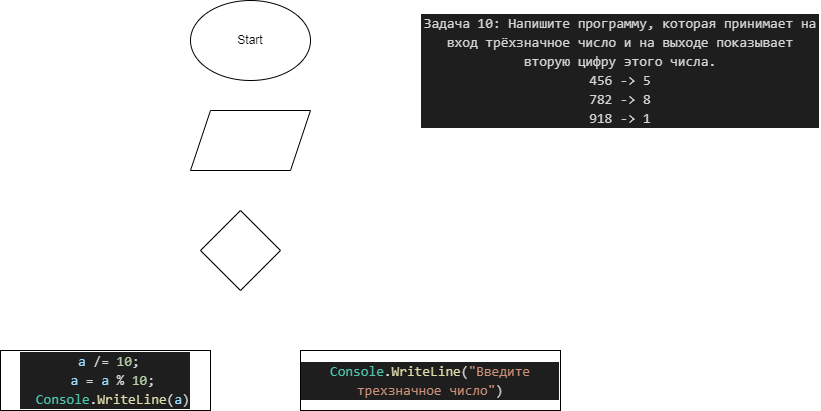
Evgeniya120/HomeWork keeps this draw.io diagram as Work/EXP005/diagram.drawio.png. Above is the earlier version. Source tidied: cells renumbered, new cells last; positions are measured from the earlier drawing's top-left corner, leaving out a move shared by most shapes. Its diagram source:
```xml
<mxGraphModel>
  <root>
    <mxCell id="0" />
    <mxCell id="1" parent="0" />
    <mxCell id="2" value="&lt;div style=&quot;color: rgb(212 , 212 , 212) ; background-color: rgb(30 , 30 , 30) ; font-family: &amp;#34;consolas&amp;#34; , &amp;#34;courier new&amp;#34; , monospace ; font-size: 14px ; line-height: 19px&quot;&gt;&lt;div&gt;Задача 10: Напишите программу, которая принимает на вход трёхзначное число и на выходе показывает вторую цифру этого числа.&lt;/div&gt;&lt;div&gt;456 -&amp;gt; 5&lt;/div&gt;&lt;div&gt;782 -&amp;gt; 8&lt;/div&gt;&lt;div&gt;918 -&amp;gt; 1&lt;/div&gt;&lt;/div&gt;" style="text;html=1;strokeColor=none;fillColor=none;align=center;verticalAlign=middle;whiteSpace=wrap;rounded=0;" parent="1" vertex="1">
      <mxGeometry x="420" y="30" width="400" height="80" as="geometry" />
    </mxCell>
    <mxCell id="3" value="Start" style="ellipse;whiteSpace=wrap;html=1;" parent="1" vertex="1">
      <mxGeometry x="190" width="120" height="80" as="geometry" />
    </mxCell>
    <mxCell id="4" style="shape=parallelogram;perimeter=parallelogramPerimeter;whiteSpace=wrap;html=1;fixedSize=1;" parent="1" vertex="1">
      <mxGeometry x="190" y="110" width="120" height="60" as="geometry" />
    </mxCell>
    <mxCell id="5" style="rhombus;whiteSpace=wrap;html=1;" parent="1" vertex="1">
      <mxGeometry x="200" y="210" width="80" height="80" as="geometry" />
    </mxCell>
    <mxCell id="6" value="&lt;div style=&quot;color: rgb(212, 212, 212); background-color: rgb(30, 30, 30); font-family: Consolas, &amp;quot;Courier New&amp;quot;, monospace; font-size: 14px; line-height: 19px;&quot;&gt;&lt;span style=&quot;color: #4ec9b0;&quot;&gt;Console&lt;/span&gt;.&lt;span style=&quot;color: #dcdcaa;&quot;&gt;WriteLine&lt;/span&gt;(&lt;span style=&quot;color: #ce9178;&quot;&gt;&quot;Введите трехзначное число&quot;&lt;/span&gt;)&lt;/div&gt;" style="rounded=0;whiteSpace=wrap;html=1;" parent="1" vertex="1">
      <mxGeometry x="300" y="350" width="260" height="60" as="geometry" />
    </mxCell>
    <mxCell id="7" value="&lt;div style=&quot;color: rgb(212, 212, 212); background-color: rgb(30, 30, 30); font-family: Consolas, &amp;quot;Courier New&amp;quot;, monospace; font-size: 14px; line-height: 19px;&quot;&gt;&lt;div&gt;&amp;nbsp;&lt;span style=&quot;color: #9cdcfe;&quot;&gt;a&lt;/span&gt; /= &lt;span style=&quot;color: #b5cea8;&quot;&gt;10&lt;/span&gt;;&lt;/div&gt;&lt;div&gt;&amp;nbsp; &lt;span style=&quot;color: #9cdcfe;&quot;&gt;a&lt;/span&gt; = &lt;span style=&quot;color: #9cdcfe;&quot;&gt;a&lt;/span&gt; % &lt;span style=&quot;color: #b5cea8;&quot;&gt;10&lt;/span&gt;;&lt;/div&gt;&lt;div&gt;&amp;nbsp; &lt;span style=&quot;color: #4ec9b0;&quot;&gt;Console&lt;/span&gt;.&lt;span style=&quot;color: #dcdcaa;&quot;&gt;WriteLine&lt;/span&gt;(&lt;span style=&quot;color: #9cdcfe;&quot;&gt;a&lt;/span&gt;)&lt;/div&gt;&lt;/div&gt;" style="rounded=0;whiteSpace=wrap;html=1;" parent="1" vertex="1">
      <mxGeometry y="350" width="210" height="60" as="geometry" />
    </mxCell>
  </root>
</mxGraphModel>
```
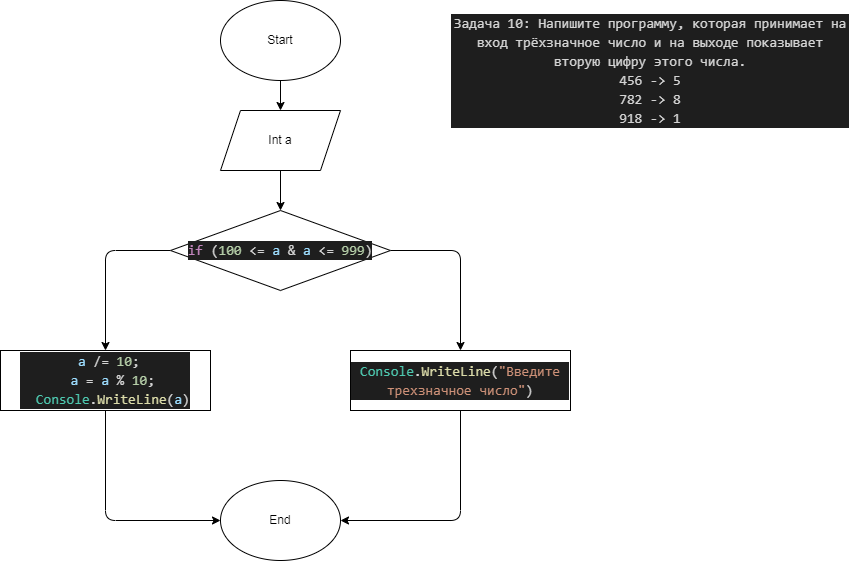
The same diagram one commit later.

Commit message:
Внесла изменения в readme, ДЗ2

The edit, as a diff of the source:
```diff
@@ -5,20 +5,57 @@
     <mxCell id="2" value="&lt;div style=&quot;color: rgb(212 , 212 , 212) ; background-color: rgb(30 , 30 , 30) ; font-family: &amp;#34;consolas&amp;#34; , &amp;#34;courier new&amp;#34; , monospace ; font-size: 14px ; line-height: 19px&quot;&gt;&lt;div&gt;Задача 10: Напишите программу, которая принимает на вход трёхзначное число и на выходе показывает вторую цифру этого числа.&lt;/div&gt;&lt;div&gt;456 -&amp;gt; 5&lt;/div&gt;&lt;div&gt;782 -&amp;gt; 8&lt;/div&gt;&lt;div&gt;918 -&amp;gt; 1&lt;/div&gt;&lt;/div&gt;" style="text;html=1;strokeColor=none;fillColor=none;align=center;verticalAlign=middle;whiteSpace=wrap;rounded=0;" parent="1" vertex="1">
       <mxGeometry x="420" y="30" width="400" height="80" as="geometry" />
     </mxCell>
+    <mxCell id="8" style="edgeStyle=none;html=1;entryX=0.5;entryY=0;entryDx=0;entryDy=0;" parent="1" edge="1" source="3" target="4">
+      <mxGeometry relative="1" as="geometry" />
+    </mxCell>
     <mxCell id="3" value="Start" style="ellipse;whiteSpace=wrap;html=1;" parent="1" vertex="1">
       <mxGeometry x="190" width="120" height="80" as="geometry" />
     </mxCell>
+    <mxCell id="9" style="edgeStyle=none;html=1;entryX=0.5;entryY=0;entryDx=0;entryDy=0;" parent="1" edge="1" source="4" target="5">
+      <mxGeometry relative="1" as="geometry" />
+    </mxCell>
-    <mxCell id="4" style="shape=parallelogram;perimeter=parallelogramPerimeter;whiteSpace=wrap;html=1;fixedSize=1;" parent="1" vertex="1">
+    <mxCell id="4" value="Int a" style="shape=parallelogram;perimeter=parallelogramPerimeter;whiteSpace=wrap;html=1;fixedSize=1;" parent="1" vertex="1">
       <mxGeometry x="190" y="110" width="120" height="60" as="geometry" />
     </mxCell>
+    <mxCell id="10" style="edgeStyle=none;html=1;entryX=0.5;entryY=0;entryDx=0;entryDy=0;exitX=1;exitY=0.5;exitDx=0;exitDy=0;" parent="1" edge="1" source="5" target="6">
+      <mxGeometry relative="1" as="geometry">
+        <Array as="points">
+          <mxPoint x="430" y="250" />
+        </Array>
+      </mxGeometry>
+    </mxCell>
+    <mxCell id="11" style="edgeStyle=none;html=1;entryX=0.5;entryY=0;entryDx=0;entryDy=0;exitX=0;exitY=0.5;exitDx=0;exitDy=0;" parent="1" edge="1" source="5" target="7">
+      <mxGeometry relative="1" as="geometry">
+        <Array as="points">
+          <mxPoint x="75" y="250" />
+        </Array>
+      </mxGeometry>
+    </mxCell>
-    <mxCell id="5" style="rhombus;whiteSpace=wrap;html=1;" parent="1" vertex="1">
-      <mxGeometry x="200" y="210" width="80" height="80" as="geometry" />
+    <mxCell id="5" value="&lt;div style=&quot;color: rgb(212, 212, 212); background-color: rgb(30, 30, 30); font-family: Consolas, &amp;quot;Courier New&amp;quot;, monospace; font-size: 14px; line-height: 19px;&quot;&gt;&lt;span style=&quot;color: #c586c0;&quot;&gt;if&lt;/span&gt; (&lt;span style=&quot;color: #b5cea8;&quot;&gt;100&lt;/span&gt; &amp;lt;= &lt;span style=&quot;color: #9cdcfe;&quot;&gt;a&lt;/span&gt; &amp;amp; &lt;span style=&quot;color: #9cdcfe;&quot;&gt;a&lt;/span&gt; &amp;lt;= &lt;span style=&quot;color: #b5cea8;&quot;&gt;999&lt;/span&gt;)&lt;/div&gt;" style="rhombus;whiteSpace=wrap;html=1;" parent="1" vertex="1">
+      <mxGeometry x="140" y="210" width="220" height="80" as="geometry" />
     </mxCell>
+    <mxCell id="12" style="edgeStyle=none;html=1;entryX=1;entryY=0.5;entryDx=0;entryDy=0;" parent="1" edge="1" source="6" target="14">
+      <mxGeometry relative="1" as="geometry">
+        <Array as="points">
+          <mxPoint x="430" y="520" />
+        </Array>
+      </mxGeometry>
+    </mxCell>
     <mxCell id="6" value="&lt;div style=&quot;color: rgb(212, 212, 212); background-color: rgb(30, 30, 30); font-family: Consolas, &amp;quot;Courier New&amp;quot;, monospace; font-size: 14px; line-height: 19px;&quot;&gt;&lt;span style=&quot;color: #4ec9b0;&quot;&gt;Console&lt;/span&gt;.&lt;span style=&quot;color: #dcdcaa;&quot;&gt;WriteLine&lt;/span&gt;(&lt;span style=&quot;color: #ce9178;&quot;&gt;&quot;Введите трехзначное число&quot;&lt;/span&gt;)&lt;/div&gt;" style="rounded=0;whiteSpace=wrap;html=1;" parent="1" vertex="1">
-      <mxGeometry x="300" y="350" width="260" height="60" as="geometry" />
+      <mxGeometry x="320" y="350" width="220" height="60" as="geometry" />
     </mxCell>
+    <mxCell id="13" style="edgeStyle=none;html=1;entryX=0;entryY=0.5;entryDx=0;entryDy=0;" parent="1" edge="1" source="7" target="14">
+      <mxGeometry relative="1" as="geometry">
+        <Array as="points">
+          <mxPoint x="75" y="520" />
+        </Array>
+      </mxGeometry>
+    </mxCell>
     <mxCell id="7" value="&lt;div style=&quot;color: rgb(212, 212, 212); background-color: rgb(30, 30, 30); font-family: Consolas, &amp;quot;Courier New&amp;quot;, monospace; font-size: 14px; line-height: 19px;&quot;&gt;&lt;div&gt;&amp;nbsp;&lt;span style=&quot;color: #9cdcfe;&quot;&gt;a&lt;/span&gt; /= &lt;span style=&quot;color: #b5cea8;&quot;&gt;10&lt;/span&gt;;&lt;/div&gt;&lt;div&gt;&amp;nbsp; &lt;span style=&quot;color: #9cdcfe;&quot;&gt;a&lt;/span&gt; = &lt;span style=&quot;color: #9cdcfe;&quot;&gt;a&lt;/span&gt; % &lt;span style=&quot;color: #b5cea8;&quot;&gt;10&lt;/span&gt;;&lt;/div&gt;&lt;div&gt;&amp;nbsp; &lt;span style=&quot;color: #4ec9b0;&quot;&gt;Console&lt;/span&gt;.&lt;span style=&quot;color: #dcdcaa;&quot;&gt;WriteLine&lt;/span&gt;(&lt;span style=&quot;color: #9cdcfe;&quot;&gt;a&lt;/span&gt;)&lt;/div&gt;&lt;/div&gt;" style="rounded=0;whiteSpace=wrap;html=1;" parent="1" vertex="1">
-      <mxGeometry y="350" width="210" height="60" as="geometry" />
+      <mxGeometry x="-30" y="350" width="210" height="60" as="geometry" />
     </mxCell>
+    <mxCell id="14" value="End" style="ellipse;whiteSpace=wrap;html=1;" parent="1" vertex="1">
+      <mxGeometry x="190" y="480" width="120" height="80" as="geometry" />
+    </mxCell>
   </root>
 </mxGraphModel>
```
